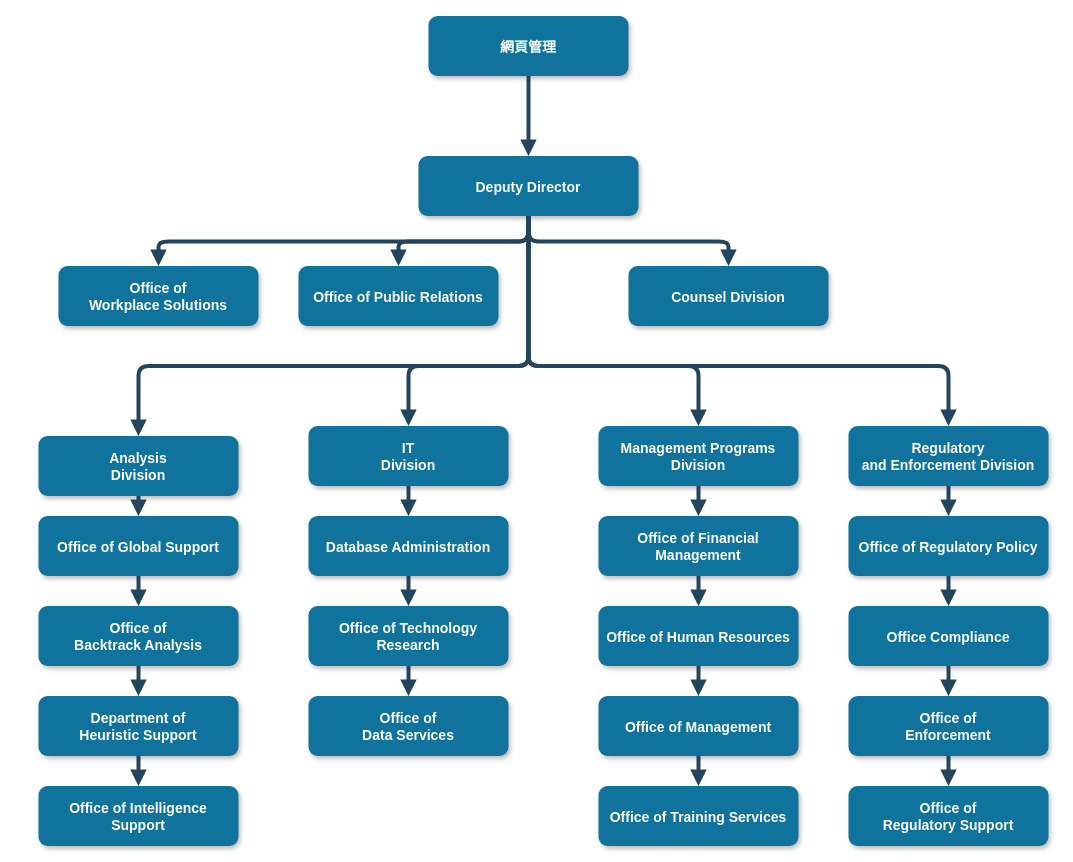
The draw.io diagram 功能流程圖.drawio in calvink11/project, before the edit. Source tidied: cells renumbered, new cells numbered last; positions are measured from the earlier drawing's top-left corner, leaving out a move shared by most shapes. Both pictures are drawn from the tidied source at 100%, with x=0, y=0 at pixel (38, 16).
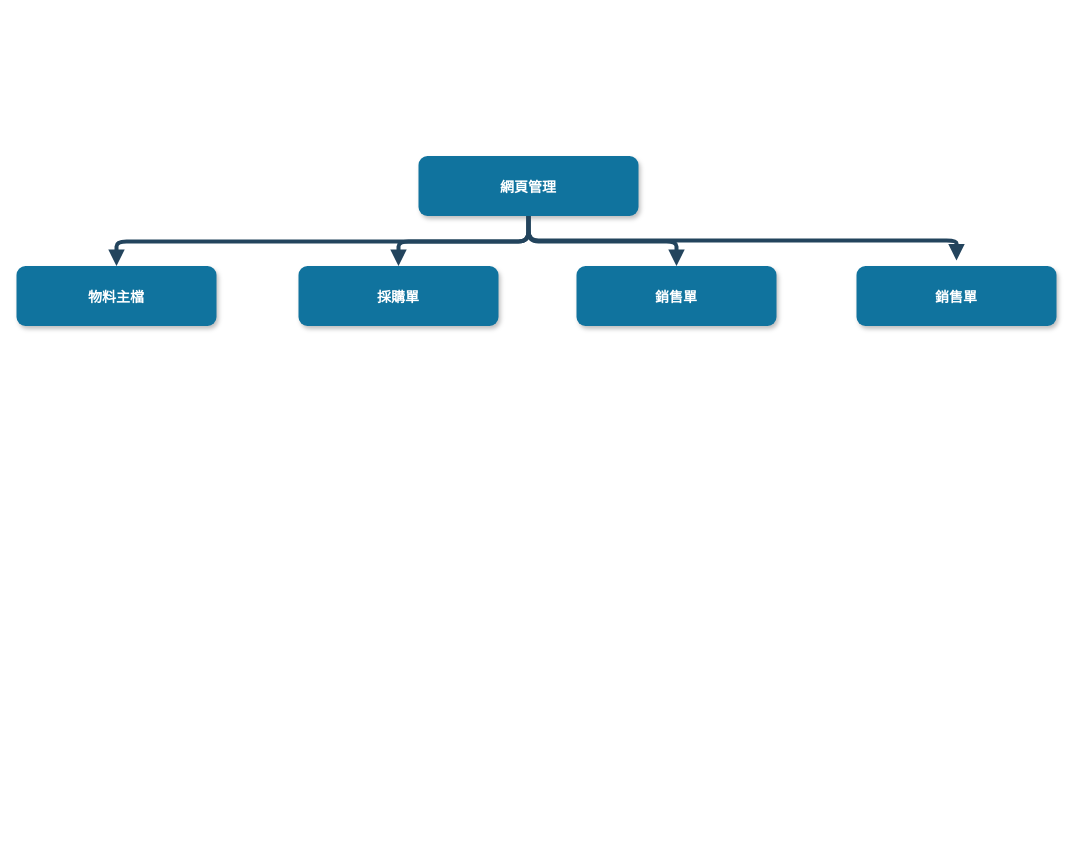
Above is the later version.

Commit message:
功能流程圖.drawio

The edit, as a diff of the source:
```diff
@@
-    <mxCell id="2" value="網頁管理" style="rounded=1;fillColor=#10739E;strokeColor=none;shadow=1;gradientColor=none;fontStyle=1;fontColor=#FFFFFF;fontSize=14;" parent="1" vertex="1">
-      <mxGeometry x="390" y="-0.5" width="200" height="60" as="geometry" />
-    </mxCell>
-    <mxCell id="3" value="Deputy Director" style="rounded=1;fillColor=#10739E;strokeColor=none;shadow=1;gradientColor=none;fontStyle=1;fontColor=#FFFFFF;fontSize=14;" parent="1" vertex="1">
+    <mxCell id="3" value="網頁管理" style="rounded=1;fillColor=#10739E;strokeColor=none;shadow=1;gradientColor=none;fontStyle=1;fontColor=#FFFFFF;fontSize=14;" parent="1" vertex="1">
       <mxGeometry x="380" y="139.5" width="220" height="60" as="geometry" />
     </mxCell>
-    <mxCell id="4" value="Office of &#10;Workplace Solutions" style="rounded=1;fillColor=#10739E;strokeColor=none;shadow=1;gradientColor=none;fontStyle=1;fontColor=#FFFFFF;fontSize=14;" parent="1" vertex="1">
-      <mxGeometry x="20" y="249.5" width="200" height="60" as="geometry" />
+    <mxCell id="4" value="物料主檔" style="rounded=1;fillColor=#10739E;strokeColor=none;shadow=1;gradientColor=none;fontStyle=1;fontColor=#FFFFFF;fontSize=14;" parent="1" vertex="1">
+      <mxGeometry x="-22" y="249.5" width="200" height="60" as="geometry" />
     </mxCell>
-    <mxCell id="5" value="Office of Public Relations" style="rounded=1;fillColor=#10739E;strokeColor=none;shadow=1;gradientColor=none;fontStyle=1;fontColor=#FFFFFF;fontSize=14;" parent="1" vertex="1">
+    <mxCell id="5" value="採購單" style="rounded=1;fillColor=#10739E;strokeColor=none;shadow=1;gradientColor=none;fontStyle=1;fontColor=#FFFFFF;fontSize=14;" parent="1" vertex="1">
       <mxGeometry x="260" y="249.5" width="200" height="60" as="geometry" />
     </mxCell>
-    <mxCell id="6" value="Counsel Division" style="rounded=1;fillColor=#10739E;strokeColor=none;shadow=1;gradientColor=none;fontStyle=1;fontColor=#FFFFFF;fontSize=14;" parent="1" vertex="1">
-      <mxGeometry x="590" y="249.5" width="200" height="60" as="geometry" />
+    <mxCell id="6" value="銷售單" style="rounded=1;fillColor=#10739E;strokeColor=none;shadow=1;gradientColor=none;fontStyle=1;fontColor=#FFFFFF;fontSize=14;" parent="1" vertex="1">
+      <mxGeometry x="538" y="249.5" width="200" height="60" as="geometry" />
     </mxCell>
-    <mxCell id="7" value="Analysis &#10;Division" style="rounded=1;fillColor=#10739E;strokeColor=none;shadow=1;gradientColor=none;fontStyle=1;fontColor=#FFFFFF;fontSize=14;" parent="1" vertex="1">
-      <mxGeometry y="419.5" width="200" height="60" as="geometry" />
-    </mxCell>
-    <mxCell id="8" value="Office of Global Support" style="rounded=1;fillColor=#10739E;strokeColor=none;shadow=1;gradientColor=none;fontStyle=1;fontColor=#FFFFFF;fontSize=14;" parent="1" vertex="1">
-      <mxGeometry y="499.5" width="200" height="60" as="geometry" />
-    </mxCell>
-    <mxCell id="9" value="Office of &#10;Backtrack Analysis" style="rounded=1;fillColor=#10739E;strokeColor=none;shadow=1;gradientColor=none;fontStyle=1;fontColor=#FFFFFF;fontSize=14;" parent="1" vertex="1">
-      <mxGeometry y="589.5" width="200" height="60" as="geometry" />
-    </mxCell>
-    <mxCell id="10" value="Department of &#10;Heuristic Support" style="rounded=1;fillColor=#10739E;strokeColor=none;shadow=1;gradientColor=none;fontStyle=1;fontColor=#FFFFFF;fontSize=14;" parent="1" vertex="1">
-      <mxGeometry y="679.5" width="200" height="60" as="geometry" />
-    </mxCell>
-    <mxCell id="11" value="Office of Intelligence &#10;Support" style="rounded=1;fillColor=#10739E;strokeColor=none;shadow=1;gradientColor=none;fontStyle=1;fontColor=#FFFFFF;fontSize=14;" parent="1" vertex="1">
-      <mxGeometry y="769.5" width="200" height="60" as="geometry" />
-    </mxCell>
-    <mxCell id="12" value="IT&#10;Division" style="rounded=1;fillColor=#10739E;strokeColor=none;shadow=1;gradientColor=none;fontStyle=1;fontColor=#FFFFFF;fontSize=14;" parent="1" vertex="1">
-      <mxGeometry x="270" y="409.5" width="200" height="60" as="geometry" />
-    </mxCell>
-    <mxCell id="13" value="Database Administration" style="rounded=1;fillColor=#10739E;strokeColor=none;shadow=1;gradientColor=none;fontStyle=1;fontColor=#FFFFFF;fontSize=14;" parent="1" vertex="1">
-      <mxGeometry x="270" y="499.5" width="200" height="60" as="geometry" />
-    </mxCell>
-    <mxCell id="14" value="Office of Technology &#10;Research" style="rounded=1;fillColor=#10739E;strokeColor=none;shadow=1;gradientColor=none;fontStyle=1;fontColor=#FFFFFF;fontSize=14;" parent="1" vertex="1">
-      <mxGeometry x="270" y="589.5" width="200" height="60" as="geometry" />
-    </mxCell>
-    <mxCell id="15" value="Office of&#10;Data Services" style="rounded=1;fillColor=#10739E;strokeColor=none;shadow=1;gradientColor=none;fontStyle=1;fontColor=#FFFFFF;fontSize=14;" parent="1" vertex="1">
-      <mxGeometry x="270" y="679.5" width="200" height="60" as="geometry" />
-    </mxCell>
-    <mxCell id="16" value="Management Programs &#10;Division" style="rounded=1;fillColor=#10739E;strokeColor=none;shadow=1;gradientColor=none;fontStyle=1;fontColor=#FFFFFF;fontSize=14;" parent="1" vertex="1">
-      <mxGeometry x="560" y="409.5" width="200" height="60" as="geometry" />
-    </mxCell>
-    <mxCell id="17" value="Office of Financial &#10;Management" style="rounded=1;fillColor=#10739E;strokeColor=none;shadow=1;gradientColor=none;fontStyle=1;fontColor=#FFFFFF;fontSize=14;" parent="1" vertex="1">
-      <mxGeometry x="560" y="499.5" width="200" height="60" as="geometry" />
-    </mxCell>
-    <mxCell id="18" value="Office of Human Resources" style="rounded=1;fillColor=#10739E;strokeColor=none;shadow=1;gradientColor=none;fontStyle=1;fontColor=#FFFFFF;fontSize=14;" parent="1" vertex="1">
-      <mxGeometry x="560" y="589.5" width="200" height="60" as="geometry" />
-    </mxCell>
-    <mxCell id="19" value="Office of Management " style="rounded=1;fillColor=#10739E;strokeColor=none;shadow=1;gradientColor=none;fontStyle=1;fontColor=#FFFFFF;fontSize=14;" parent="1" vertex="1">
-      <mxGeometry x="560" y="679.5" width="200" height="60" as="geometry" />
-    </mxCell>
-    <mxCell id="20" value="Office of Training Services" style="rounded=1;fillColor=#10739E;strokeColor=none;shadow=1;gradientColor=none;fontStyle=1;fontColor=#FFFFFF;fontSize=14;" parent="1" vertex="1">
-      <mxGeometry x="560" y="769.5" width="200" height="60" as="geometry" />
-    </mxCell>
-    <mxCell id="21" value="Regulatory &#10;and Enforcement Division" style="rounded=1;fillColor=#10739E;strokeColor=none;shadow=1;gradientColor=none;fontStyle=1;fontColor=#FFFFFF;fontSize=14;" parent="1" vertex="1">
-      <mxGeometry x="810" y="409.5" width="200" height="60" as="geometry" />
-    </mxCell>
-    <mxCell id="22" value="Office of Regulatory Policy" style="rounded=1;fillColor=#10739E;strokeColor=none;shadow=1;gradientColor=none;fontStyle=1;fontColor=#FFFFFF;fontSize=14;" parent="1" vertex="1">
-      <mxGeometry x="810" y="499.5" width="200" height="60" as="geometry" />
-    </mxCell>
-    <mxCell id="23" value="Office Compliance" style="rounded=1;fillColor=#10739E;strokeColor=none;shadow=1;gradientColor=none;fontStyle=1;fontColor=#FFFFFF;fontSize=14;" parent="1" vertex="1">
-      <mxGeometry x="810" y="589.5" width="200" height="60" as="geometry" />
-    </mxCell>
-    <mxCell id="24" value="Office of &#10;Enforcement" style="rounded=1;fillColor=#10739E;strokeColor=none;shadow=1;gradientColor=none;fontStyle=1;fontColor=#FFFFFF;fontSize=14;" parent="1" vertex="1">
-      <mxGeometry x="810" y="679.5" width="200" height="60" as="geometry" />
-    </mxCell>
-    <mxCell id="25" value="Office of&#10; Regulatory Support" style="rounded=1;fillColor=#10739E;strokeColor=none;shadow=1;gradientColor=none;fontStyle=1;fontColor=#FFFFFF;fontSize=14;" parent="1" vertex="1">
-      <mxGeometry x="810" y="769.5" width="200" height="60" as="geometry" />
-    </mxCell>
-    <mxCell id="26" style="edgeStyle=elbowEdgeStyle;elbow=vertical;strokeWidth=4;endArrow=block;endFill=1;fontStyle=1;strokeColor=#23445D;" parent="1" edge="1" source="2" target="3">
-      <mxGeometry x="22" y="165.5" as="geometry" />
-    </mxCell>
@@
-    <mxCell id="30" style="edgeStyle=elbowEdgeStyle;elbow=vertical;strokeWidth=4;endArrow=block;endFill=1;fontStyle=1;strokeColor=#23445D;" parent="1" edge="1" source="3" target="7">
-      <mxGeometry x="22" y="165.5" as="geometry">
-        <Array as="points">
-          <mxPoint x="270" y="349.5" />
-        </Array>
-      </mxGeometry>
-    </mxCell>
-    <mxCell id="31" style="edgeStyle=elbowEdgeStyle;elbow=vertical;strokeWidth=4;endArrow=block;endFill=1;fontStyle=1;strokeColor=#23445D;" parent="1" edge="1" source="3" target="21">
-      <mxGeometry x="22" y="165.5" as="geometry">
-        <Array as="points">
-          <mxPoint x="690" y="349.5" />
-        </Array>
-      </mxGeometry>
-    </mxCell>
-    <mxCell id="32" style="edgeStyle=elbowEdgeStyle;elbow=vertical;strokeWidth=4;endArrow=block;endFill=1;fontStyle=1;strokeColor=#23445D;" parent="1" edge="1" source="7" target="8">
-      <mxGeometry x="62" y="165.5" as="geometry" />
-    </mxCell>
-    <mxCell id="33" style="edgeStyle=elbowEdgeStyle;elbow=vertical;strokeWidth=4;endArrow=block;endFill=1;fontStyle=1;strokeColor=#23445D;" parent="1" edge="1" source="8" target="9">
-      <mxGeometry x="62" y="175.5" as="geometry" />
-    </mxCell>
-    <mxCell id="34" style="edgeStyle=elbowEdgeStyle;elbow=vertical;strokeWidth=4;endArrow=block;endFill=1;fontStyle=1;strokeColor=#23445D;" parent="1" edge="1" source="9" target="10">
-      <mxGeometry x="62" y="185.5" as="geometry" />
-    </mxCell>
-    <mxCell id="35" style="edgeStyle=elbowEdgeStyle;elbow=vertical;strokeWidth=4;endArrow=block;endFill=1;fontStyle=1;strokeColor=#23445D;" parent="1" edge="1" source="10" target="11">
-      <mxGeometry x="62" y="195.5" as="geometry" />
-    </mxCell>
-    <mxCell id="36" style="edgeStyle=elbowEdgeStyle;elbow=vertical;strokeWidth=4;endArrow=block;endFill=1;fontStyle=1;strokeColor=#23445D;" parent="1" edge="1" source="12" target="13">
-      <mxGeometry x="62" y="165.5" as="geometry" />
-    </mxCell>
-    <mxCell id="37" style="edgeStyle=elbowEdgeStyle;elbow=vertical;strokeWidth=4;endArrow=block;endFill=1;fontStyle=1;strokeColor=#23445D;" parent="1" edge="1" source="13" target="14">
-      <mxGeometry x="62" y="175.5" as="geometry" />
-    </mxCell>
-    <mxCell id="38" style="edgeStyle=elbowEdgeStyle;elbow=vertical;strokeWidth=4;endArrow=block;endFill=1;fontStyle=1;strokeColor=#23445D;" parent="1" edge="1" source="14" target="15">
-      <mxGeometry x="62" y="185.5" as="geometry" />
-    </mxCell>
-    <mxCell id="39" style="edgeStyle=elbowEdgeStyle;elbow=vertical;strokeWidth=4;endArrow=block;endFill=1;fontStyle=1;strokeColor=#23445D;" parent="1" edge="1" source="16" target="17">
-      <mxGeometry x="72" y="165.5" as="geometry" />
-    </mxCell>
-    <mxCell id="40" style="edgeStyle=elbowEdgeStyle;elbow=vertical;strokeWidth=4;endArrow=block;endFill=1;fontStyle=1;strokeColor=#23445D;" parent="1" edge="1" source="17" target="18">
-      <mxGeometry x="72" y="175.5" as="geometry" />
-    </mxCell>
-    <mxCell id="41" style="edgeStyle=elbowEdgeStyle;elbow=vertical;strokeWidth=4;endArrow=block;endFill=1;fontStyle=1;strokeColor=#23445D;" parent="1" edge="1" source="18" target="19">
-      <mxGeometry x="72" y="185.5" as="geometry" />
-    </mxCell>
-    <mxCell id="42" style="edgeStyle=elbowEdgeStyle;elbow=vertical;strokeWidth=4;endArrow=block;endFill=1;fontStyle=1;strokeColor=#23445D;" parent="1" edge="1" source="19" target="20">
-      <mxGeometry x="72" y="195.5" as="geometry" />
-    </mxCell>
-    <mxCell id="43" style="edgeStyle=elbowEdgeStyle;elbow=vertical;strokeWidth=4;endArrow=block;endFill=1;fontStyle=1;strokeColor=#23445D;" parent="1" edge="1" source="21" target="22">
-      <mxGeometry x="72" y="165.5" as="geometry" />
-    </mxCell>
-    <mxCell id="44" style="edgeStyle=elbowEdgeStyle;elbow=vertical;strokeWidth=4;endArrow=block;endFill=1;fontStyle=1;strokeColor=#23445D;" parent="1" edge="1" source="22" target="23">
-      <mxGeometry x="72" y="175.5" as="geometry" />
-    </mxCell>
-    <mxCell id="45" style="edgeStyle=elbowEdgeStyle;elbow=vertical;strokeWidth=4;endArrow=block;endFill=1;fontStyle=1;strokeColor=#23445D;" parent="1" edge="1" source="23" target="24">
-      <mxGeometry x="72" y="185.5" as="geometry" />
-    </mxCell>
-    <mxCell id="46" style="edgeStyle=elbowEdgeStyle;elbow=vertical;strokeWidth=4;endArrow=block;endFill=1;fontStyle=1;strokeColor=#23445D;" parent="1" edge="1" source="24" target="25">
-      <mxGeometry x="72" y="195.5" as="geometry" />
-    </mxCell>
-    <mxCell id="47" style="edgeStyle=elbowEdgeStyle;elbow=vertical;strokeWidth=4;endArrow=block;endFill=1;fontStyle=1;strokeColor=#23445D;" parent="1" edge="1" source="3" target="12">
-      <mxGeometry x="22" y="165.5" as="geometry">
-        <Array as="points">
-          <mxPoint x="370" y="349.5" />
-        </Array>
-      </mxGeometry>
-    </mxCell>
-    <mxCell id="48" style="edgeStyle=elbowEdgeStyle;elbow=vertical;strokeWidth=4;endArrow=block;endFill=1;fontStyle=1;strokeColor=#23445D;" parent="1" edge="1" source="3" target="16">
-      <mxGeometry x="22" y="165.5" as="geometry">
-        <Array as="points">
-          <mxPoint x="660" y="349.5" />
-        </Array>
-      </mxGeometry>
-    </mxCell>
+    <mxCell id="49" value="銷售單" style="rounded=1;fillColor=#10739E;strokeColor=none;shadow=1;gradientColor=none;fontStyle=1;fontColor=#FFFFFF;fontSize=14;" parent="1" vertex="1">
+      <mxGeometry x="818" y="249.5" width="200" height="60" as="geometry" />
+    </mxCell>
+    <mxCell id="50" style="edgeStyle=elbowEdgeStyle;elbow=vertical;strokeWidth=4;endArrow=block;endFill=1;fontStyle=1;strokeColor=#23445D;exitX=0.5;exitY=1;exitDx=0;exitDy=0;" parent="1" edge="1" source="3">
+      <mxGeometry x="260" y="165" as="geometry">
+        <mxPoint x="918" y="244" as="targetPoint" />
+        <Array as="points">
+          <mxPoint x="908" y="224" />
+          <mxPoint x="808" y="224" />
+        </Array>
+      </mxGeometry>
+    </mxCell>
```
